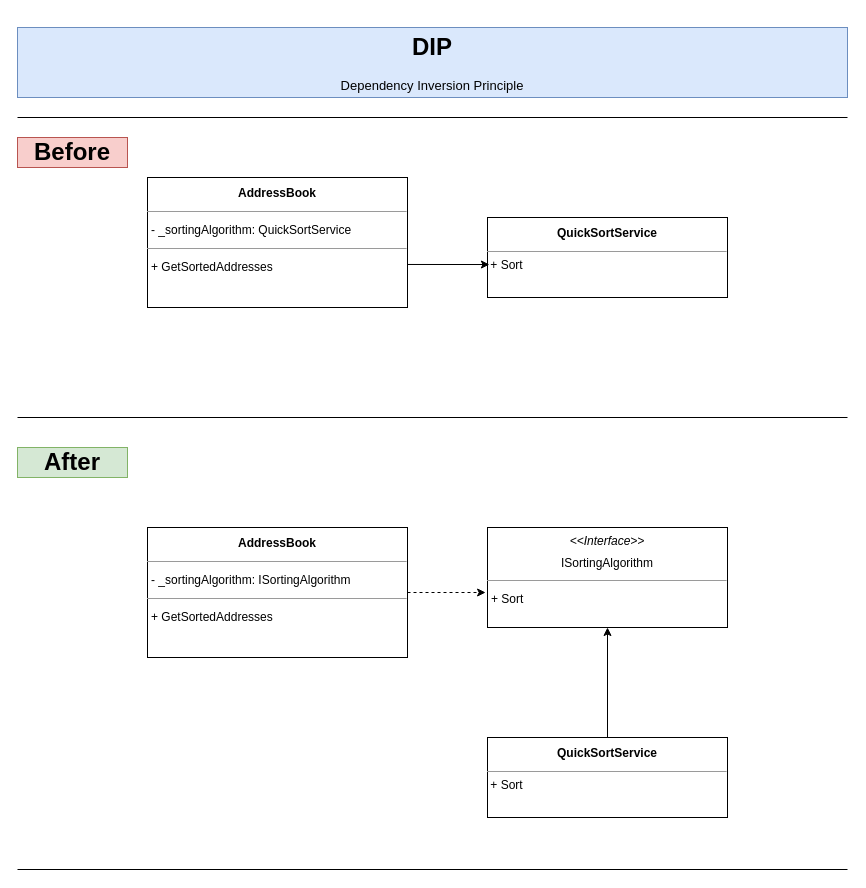
svilenp/Principles keeps this draw.io diagram as Diagrams/DIP.drawio. Above is the earlier version. Source tidied: cells renumbered, new cells numbered last; positions are measured from the earlier drawing's top-left corner, leaving out a move shared by most shapes. Both pictures are drawn from the tidied source at 100%, with x=0, y=0 at pixel (17, 27).
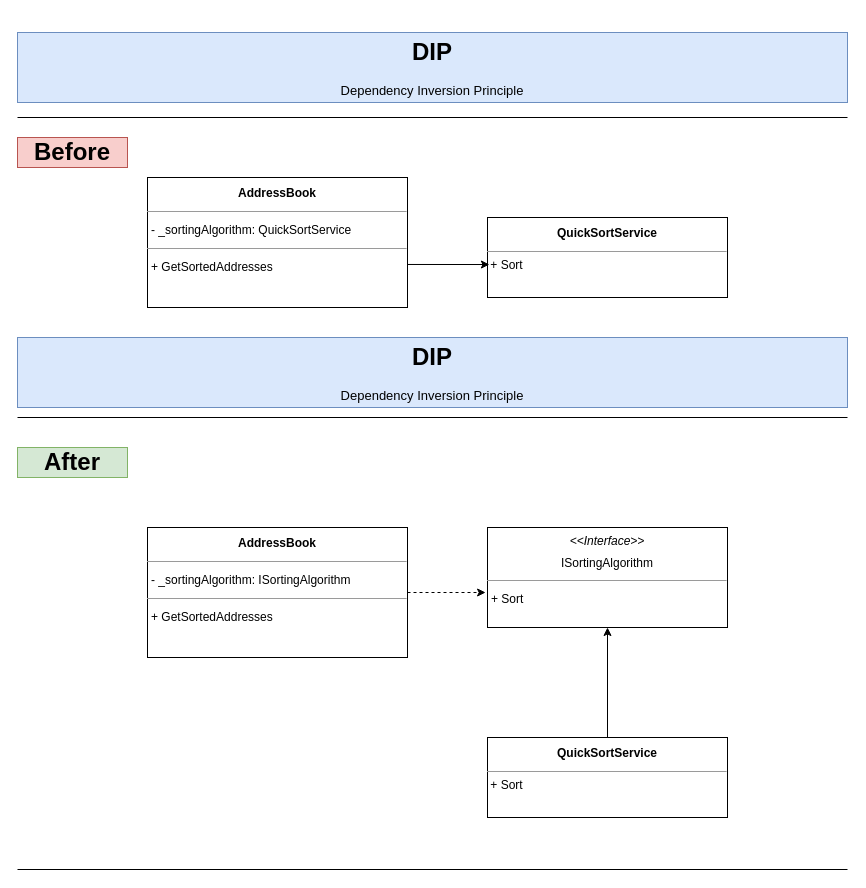
After the change.

The edit, as a diff of the source:
```diff
@@
 <mxGraphModel>
   <root>
     <mxCell id="0" />
     <mxCell id="1" parent="0" />
     <mxCell id="2" value="&lt;h1 style=&quot;&quot;&gt;DIP&lt;/h1&gt;&lt;p style=&quot;font-size: 13px;&quot;&gt;Dependency Inversion Principle&lt;/p&gt;" style="text;html=1;strokeColor=#6c8ebf;fillColor=#dae8fc;spacing=5;spacingTop=-20;whiteSpace=wrap;overflow=hidden;rounded=0;align=center;" parent="1" vertex="1">
-      <mxGeometry width="830" height="70" as="geometry" />
+      <mxGeometry y="5" width="830" height="70" as="geometry" />
     </mxCell>
     <mxCell id="3" value="&lt;h1&gt;Before&lt;/h1&gt;" style="text;html=1;strokeColor=#b85450;fillColor=#f8cecc;align=center;verticalAlign=middle;whiteSpace=wrap;rounded=0;" parent="1" vertex="1">
       <mxGeometry y="110" width="110" height="30" as="geometry" />
     </mxCell>
     <mxCell id="4" value="&lt;h1&gt;After&lt;/h1&gt;" style="text;html=1;strokeColor=#82b366;fillColor=#d5e8d4;align=center;verticalAlign=middle;whiteSpace=wrap;rounded=0;" parent="1" vertex="1">
       <mxGeometry y="420" width="110" height="30" as="geometry" />
     </mxCell>
     <mxCell id="5" style="endArrow=none;html=1;rounded=0;" parent="1" edge="1">
       <mxGeometry relative="1" as="geometry">
         <mxPoint y="390" as="sourcePoint" />
         <mxPoint x="830" y="390" as="targetPoint" />
       </mxGeometry>
     </mxCell>
     <mxCell id="6" style="endArrow=none;html=1;rounded=0;" parent="1" edge="1">
       <mxGeometry relative="1" as="geometry">
         <mxPoint y="842" as="sourcePoint" />
         <mxPoint x="830" y="842" as="targetPoint" />
       </mxGeometry>
     </mxCell>
     <mxCell id="7" style="endArrow=none;html=1;rounded=0;" parent="1" edge="1">
       <mxGeometry relative="1" as="geometry">
         <mxPoint y="90" as="sourcePoint" />
         <mxPoint x="830" y="90" as="targetPoint" />
       </mxGeometry>
     </mxCell>
     <mxCell id="8" value="&lt;p style=&quot;text-align: center; margin: 4px 0px 0px; line-height: 200%;&quot;&gt;&lt;b&gt;QuickSortService&lt;/b&gt;&lt;br&gt;&lt;/p&gt;&lt;hr style=&quot;line-height: 200%;&quot; size=&quot;1&quot;&gt;&lt;p style=&quot;margin: 0px 0px 0px 4px; line-height: 200%;&quot;&gt;&lt;/p&gt;&amp;nbsp;+&amp;nbsp;Sort&lt;p style=&quot;margin: 0px 0px 0px 4px; line-height: 200%;&quot;&gt;&lt;span style=&quot;background-color: initial;&quot;&gt;&lt;br&gt;&lt;/span&gt;&lt;/p&gt;" style="verticalAlign=top;align=left;overflow=fill;fontSize=12;fontFamily=Helvetica;html=1;whiteSpace=wrap;" parent="1" vertex="1">
       <mxGeometry x="470" y="190" width="240" height="80" as="geometry" />
     </mxCell>
     <mxCell id="9" style="edgeStyle=orthogonalEdgeStyle;rounded=0;jettySize=auto;html=1;exitX=1;exitY=0.669;exitDx=0;exitDy=0;exitPerimeter=0;entryX=0.008;entryY=0.588;entryDx=0;entryDy=0;entryPerimeter=0;" parent="1" edge="1" source="10" target="8">
       <mxGeometry relative="1" as="geometry" />
     </mxCell>
     <mxCell id="10" value="&lt;p style=&quot;text-align: center; margin: 4px 0px 0px; line-height: 200%;&quot;&gt;&lt;b&gt;AddressBook&lt;/b&gt;&lt;br&gt;&lt;/p&gt;&lt;hr style=&quot;line-height: 200%;&quot; size=&quot;1&quot;&gt;&lt;p style=&quot;margin: 0px 0px 0px 4px; line-height: 200%;&quot;&gt; - _sortingAlgorithm: QuickSortService&lt;br&gt;&lt;/p&gt;&lt;hr style=&quot;line-height: 200%;&quot; size=&quot;1&quot;&gt;&lt;p style=&quot;margin: 0px 0px 0px 4px; line-height: 200%;&quot;&gt;+ GetSortedAddresses&lt;/p&gt;&lt;p style=&quot;margin: 0px 0px 0px 4px; line-height: 200%;&quot;&gt;&lt;br&gt;&lt;/p&gt;" style="verticalAlign=top;align=left;overflow=fill;fontSize=12;fontFamily=Helvetica;html=1;whiteSpace=wrap;" parent="1" vertex="1">
       <mxGeometry x="130" y="150" width="260" height="130" as="geometry" />
     </mxCell>
     <mxCell id="11" style="edgeStyle=orthogonalEdgeStyle;rounded=0;jettySize=auto;html=1;entryX=0.5;entryY=1;entryDx=0;entryDy=0;" parent="1" edge="1" source="12" target="14">
       <mxGeometry relative="1" as="geometry" />
     </mxCell>
     <mxCell id="12" value="&lt;p style=&quot;text-align: center; margin: 4px 0px 0px; line-height: 200%;&quot;&gt;&lt;b&gt;QuickSortService&lt;/b&gt;&lt;br&gt;&lt;/p&gt;&lt;hr style=&quot;line-height: 200%;&quot; size=&quot;1&quot;&gt;&lt;p style=&quot;margin: 0px 0px 0px 4px; line-height: 200%;&quot;&gt;&lt;/p&gt;&amp;nbsp;+&amp;nbsp;Sort&lt;p style=&quot;margin: 0px 0px 0px 4px; line-height: 200%;&quot;&gt;&lt;span style=&quot;background-color: initial;&quot;&gt;&lt;br&gt;&lt;/span&gt;&lt;/p&gt;" style="verticalAlign=top;align=left;overflow=fill;fontSize=12;fontFamily=Helvetica;html=1;whiteSpace=wrap;" parent="1" vertex="1">
       <mxGeometry x="470" y="710" width="240" height="80" as="geometry" />
     </mxCell>
     <mxCell id="13" value="&lt;p style=&quot;text-align: center; margin: 4px 0px 0px; line-height: 200%;&quot;&gt;&lt;b&gt;AddressBook&lt;/b&gt;&lt;br&gt;&lt;/p&gt;&lt;hr style=&quot;line-height: 200%;&quot; size=&quot;1&quot;&gt;&lt;p style=&quot;margin: 0px 0px 0px 4px; line-height: 200%;&quot;&gt; - _sortingAlgorithm: ISortingAlgorithm&lt;br&gt;&lt;/p&gt;&lt;hr style=&quot;line-height: 200%;&quot; size=&quot;1&quot;&gt;&lt;p style=&quot;margin: 0px 0px 0px 4px; line-height: 200%;&quot;&gt;+ GetSortedAddresses&lt;/p&gt;&lt;p style=&quot;margin: 0px 0px 0px 4px; line-height: 200%;&quot;&gt;&lt;br&gt;&lt;/p&gt;" style="verticalAlign=top;align=left;overflow=fill;fontSize=12;fontFamily=Helvetica;html=1;whiteSpace=wrap;" parent="1" vertex="1">
       <mxGeometry x="130" y="500" width="260" height="130" as="geometry" />
     </mxCell>
     <mxCell id="14" value="&lt;p style=&quot;margin: 4px 0px 0px; text-align: center; line-height: 180%;&quot;&gt;&lt;i&gt;&amp;lt;&amp;lt;Interface&amp;gt;&amp;gt;&lt;/i&gt;&lt;br&gt;ISortingAlgorithm&lt;br&gt;&lt;/p&gt;&lt;hr style=&quot;line-height: 180%;&quot; size=&quot;1&quot;&gt;&lt;p style=&quot;margin: 0px 0px 0px 4px; line-height: 180%;&quot;&gt;&lt;/p&gt;&lt;p style=&quot;border-color: var(--border-color); margin: 0px 0px 0px 4px; line-height: 24px;&quot;&gt;&lt;span style=&quot;background-color: initial;&quot;&gt;+ Sort&lt;/span&gt;&lt;/p&gt;" style="verticalAlign=top;align=left;overflow=fill;fontSize=12;fontFamily=Helvetica;html=1;whiteSpace=wrap;" parent="1" vertex="1">
       <mxGeometry x="470" y="500" width="240" height="100" as="geometry" />
     </mxCell>
     <mxCell id="15" style="edgeStyle=orthogonalEdgeStyle;rounded=0;jettySize=auto;html=1;exitX=1;exitY=0.5;exitDx=0;exitDy=0;entryX=-0.008;entryY=0.65;entryDx=0;entryDy=0;entryPerimeter=0;dashed=1;" parent="1" edge="1" source="13" target="14">
       <mxGeometry relative="1" as="geometry" />
     </mxCell>
+    <mxCell id="16" value="&lt;h1 style=&quot;&quot;&gt;DIP&lt;/h1&gt;&lt;p style=&quot;font-size: 13px;&quot;&gt;Dependency Inversion Principle&lt;/p&gt;" style="text;html=1;strokeColor=#6c8ebf;fillColor=#dae8fc;spacing=5;spacingTop=-20;whiteSpace=wrap;overflow=hidden;rounded=0;align=center;" parent="1" vertex="1">
+      <mxGeometry y="310" width="830" height="70" as="geometry" />
+    </mxCell>
   </root>
 </mxGraphModel>
```
